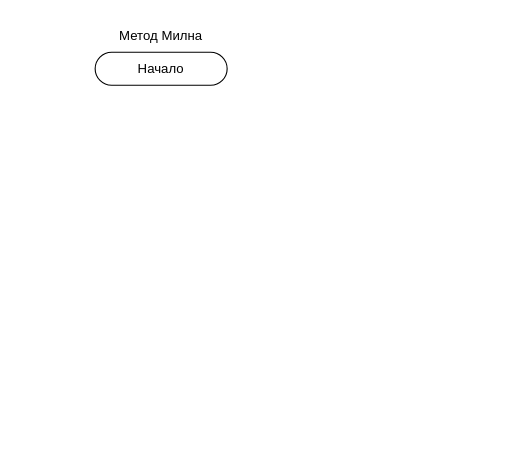
Earlier version of the draw.io diagram docs/schemas/other.drawio (SE-Itmo-Labs/nm-sem4-lab6). Source tidied: cells renumbered, new cells numbered last; positions are measured from the earlier drawing's top-left corner, leaving out a move shared by most shapes. Both pictures are drawn from the tidied source at 110%, with x=0, y=0 at pixel (95, 19).
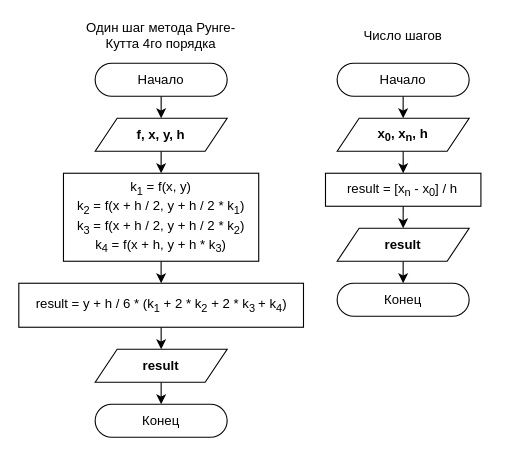
Above is the later version.

Diff of the diagram source:
```diff
@@
+    <mxCell id="4" style="edgeStyle=none;html=1;" parent="1" edge="1" source="2" target="7">
+      <mxGeometry relative="1" as="geometry" />
+    </mxCell>
     <mxCell id="2" value="Начало" style="rounded=1;whiteSpace=wrap;html=1;arcSize=50;" parent="1" vertex="1">
-      <mxGeometry y="30" width="120" height="30" as="geometry" />
+      <mxGeometry y="40" width="120" height="30" as="geometry" />
     </mxCell>
-    <mxCell id="3" value="Метод Милна" style="text;html=1;align=center;verticalAlign=middle;whiteSpace=wrap;rounded=0;" parent="1" vertex="1">
-      <mxGeometry x="5" width="110" height="30" as="geometry" />
+    <mxCell id="3" value="Один шаг метода Рунге-Кутта 4го порядка" style="text;html=1;align=center;verticalAlign=middle;whiteSpace=wrap;rounded=0;" parent="1" vertex="1">
+      <mxGeometry x="-20" width="160" height="30" as="geometry" />
     </mxCell>
+    <mxCell id="5" value="Конец" style="rounded=1;whiteSpace=wrap;html=1;arcSize=50;" parent="1" vertex="1">
+      <mxGeometry y="350" width="120" height="30" as="geometry" />
+    </mxCell>
+    <mxCell id="6" style="edgeStyle=none;html=1;" parent="1" edge="1" source="7" target="9">
+      <mxGeometry relative="1" as="geometry" />
+    </mxCell>
+    <mxCell id="7" value="f, x, y, h" style="shape=parallelogram;perimeter=parallelogramPerimeter;whiteSpace=wrap;html=1;fixedSize=1;fontStyle=1;" parent="1" vertex="1">
+      <mxGeometry y="90" width="120" height="30" as="geometry" />
+    </mxCell>
+    <mxCell id="8" style="edgeStyle=none;html=1;" parent="1" edge="1" source="9" target="11">
+      <mxGeometry relative="1" as="geometry" />
+    </mxCell>
+    <mxCell id="9" value="&lt;div&gt;&lt;font style=&quot;color: rgb(0, 0, 0);&quot;&gt;k&lt;sub style=&quot;&quot;&gt;1&lt;/sub&gt; = f(x, y)&lt;/font&gt;&lt;/div&gt;&lt;div&gt;&lt;span style=&quot;background-color: transparent;&quot;&gt;&lt;font style=&quot;color: rgb(0, 0, 0);&quot;&gt;k&lt;sub&gt;2&lt;/sub&gt; = f(x + h / 2, y + h / 2 * k&lt;sub&gt;1&lt;/sub&gt;)&lt;/font&gt;&lt;/span&gt;&lt;/div&gt;&lt;div&gt;&lt;font style=&quot;color: rgb(0, 0, 0);&quot;&gt;&lt;span style=&quot;background-color: transparent;&quot;&gt;k&lt;/span&gt;&lt;sub style=&quot;background-color: transparent;&quot;&gt;3&lt;/sub&gt;&lt;span style=&quot;background-color: transparent;&quot;&gt; = f(x + h / 2, y + h / 2 * k&lt;sub&gt;2&lt;/sub&gt;)&lt;/span&gt;&lt;/font&gt;&lt;/div&gt;&lt;div&gt;&lt;font style=&quot;color: rgb(0, 0, 0);&quot;&gt;&lt;span style=&quot;background-color: transparent;&quot;&gt;k&lt;/span&gt;&lt;sub style=&quot;background-color: transparent;&quot;&gt;4&lt;/sub&gt;&lt;span style=&quot;background-color: transparent;&quot;&gt; = f(x + h, y + h * k&lt;sub&gt;3&lt;/sub&gt;)&lt;/span&gt;&lt;/font&gt;&lt;/div&gt;" style="rounded=0;whiteSpace=wrap;html=1;" parent="1" vertex="1">
+      <mxGeometry x="-28.8" y="140" width="177.5" height="80" as="geometry" />
+    </mxCell>
+    <mxCell id="10" style="edgeStyle=none;html=1;" parent="1" edge="1" source="11" target="13">
+      <mxGeometry relative="1" as="geometry" />
+    </mxCell>
+    <mxCell id="11" value="result = y + h / 6 * (k&lt;sub&gt;1&lt;/sub&gt; + 2 * k&lt;sub&gt;2&lt;/sub&gt; + 2 * k&lt;sub&gt;3 &lt;/sub&gt;+ k&lt;sub&gt;4&lt;/sub&gt;)" style="rounded=0;whiteSpace=wrap;html=1;" parent="1" vertex="1">
+      <mxGeometry x="-69.4" y="240" width="258.8" height="40" as="geometry" />
+    </mxCell>
+    <mxCell id="12" style="edgeStyle=none;html=1;" parent="1" edge="1" source="13" target="5">
+      <mxGeometry relative="1" as="geometry" />
+    </mxCell>
+    <mxCell id="13" value="result" style="shape=parallelogram;perimeter=parallelogramPerimeter;whiteSpace=wrap;html=1;fixedSize=1;fontStyle=1;" parent="1" vertex="1">
+      <mxGeometry y="300" width="120" height="30" as="geometry" />
+    </mxCell>
+    <mxCell id="14" style="edgeStyle=none;html=1;" parent="1" edge="1" source="15" target="19">
+      <mxGeometry relative="1" as="geometry" />
+    </mxCell>
+    <mxCell id="15" value="Начало" style="rounded=1;whiteSpace=wrap;html=1;arcSize=50;" parent="1" vertex="1">
+      <mxGeometry x="220" y="40" width="120" height="30" as="geometry" />
+    </mxCell>
+    <mxCell id="16" value="Число шагов" style="text;html=1;align=center;verticalAlign=middle;whiteSpace=wrap;rounded=0;" parent="1" vertex="1">
+      <mxGeometry x="200" width="160" height="30" as="geometry" />
+    </mxCell>
+    <mxCell id="17" value="Конец" style="rounded=1;whiteSpace=wrap;html=1;arcSize=50;" parent="1" vertex="1">
+      <mxGeometry x="220" y="240" width="120" height="30" as="geometry" />
+    </mxCell>
+    <mxCell id="18" style="edgeStyle=none;html=1;" parent="1" edge="1" source="19" target="21">
+      <mxGeometry relative="1" as="geometry" />
+    </mxCell>
+    <mxCell id="19" value="x&lt;sub&gt;0&lt;/sub&gt;, x&lt;sub&gt;n&lt;/sub&gt;, h" style="shape=parallelogram;perimeter=parallelogramPerimeter;whiteSpace=wrap;html=1;fixedSize=1;fontStyle=1;" parent="1" vertex="1">
+      <mxGeometry x="220" y="90" width="120" height="30" as="geometry" />
+    </mxCell>
+    <mxCell id="20" style="edgeStyle=none;html=1;entryX=0.5;entryY=0;entryDx=0;entryDy=0;" parent="1" edge="1" source="21" target="23">
+      <mxGeometry relative="1" as="geometry" />
+    </mxCell>
+    <mxCell id="21" value="&lt;div&gt;&lt;font color=&quot;#000000&quot;&gt;result = [x&lt;sub&gt;n&lt;/sub&gt; - x&lt;sub&gt;0&lt;/sub&gt;] / h&lt;/font&gt;&lt;/div&gt;" style="rounded=0;whiteSpace=wrap;html=1;" parent="1" vertex="1">
+      <mxGeometry x="209.4" y="140" width="141.3" height="30" as="geometry" />
+    </mxCell>
+    <mxCell id="22" style="edgeStyle=none;html=1;" parent="1" edge="1" source="23" target="17">
+      <mxGeometry relative="1" as="geometry" />
+    </mxCell>
+    <mxCell id="23" value="result" style="shape=parallelogram;perimeter=parallelogramPerimeter;whiteSpace=wrap;html=1;fixedSize=1;fontStyle=1;" parent="1" vertex="1">
+      <mxGeometry x="220" y="190" width="120" height="30" as="geometry" />
+    </mxCell>
```
